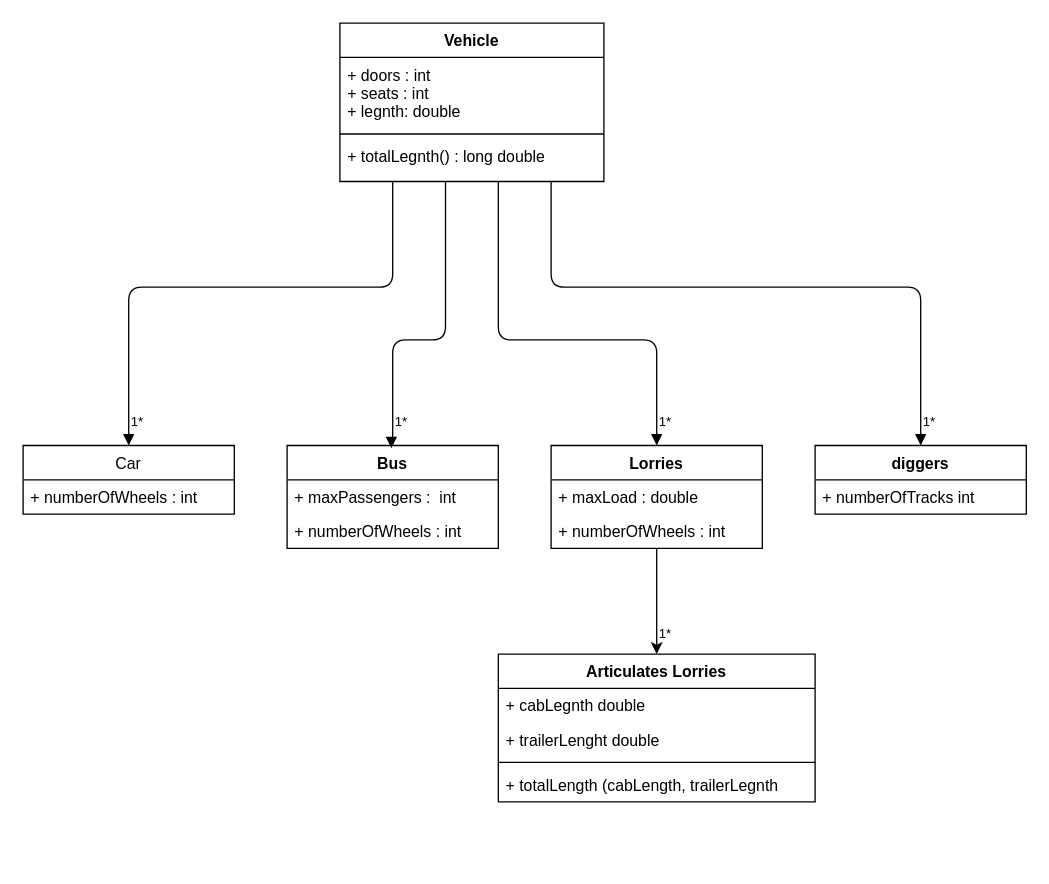
1603405/Test keeps this draw.io diagram as Software Design UML (Vehicle).drawio. Above is the earlier version. Source tidied: cells renumbered, new cells numbered last; positions are measured from the earlier drawing's top-left corner, leaving out a move shared by most shapes. Both pictures are drawn from the tidied source at 132%, with x=0, y=0 at pixel (22, 22).
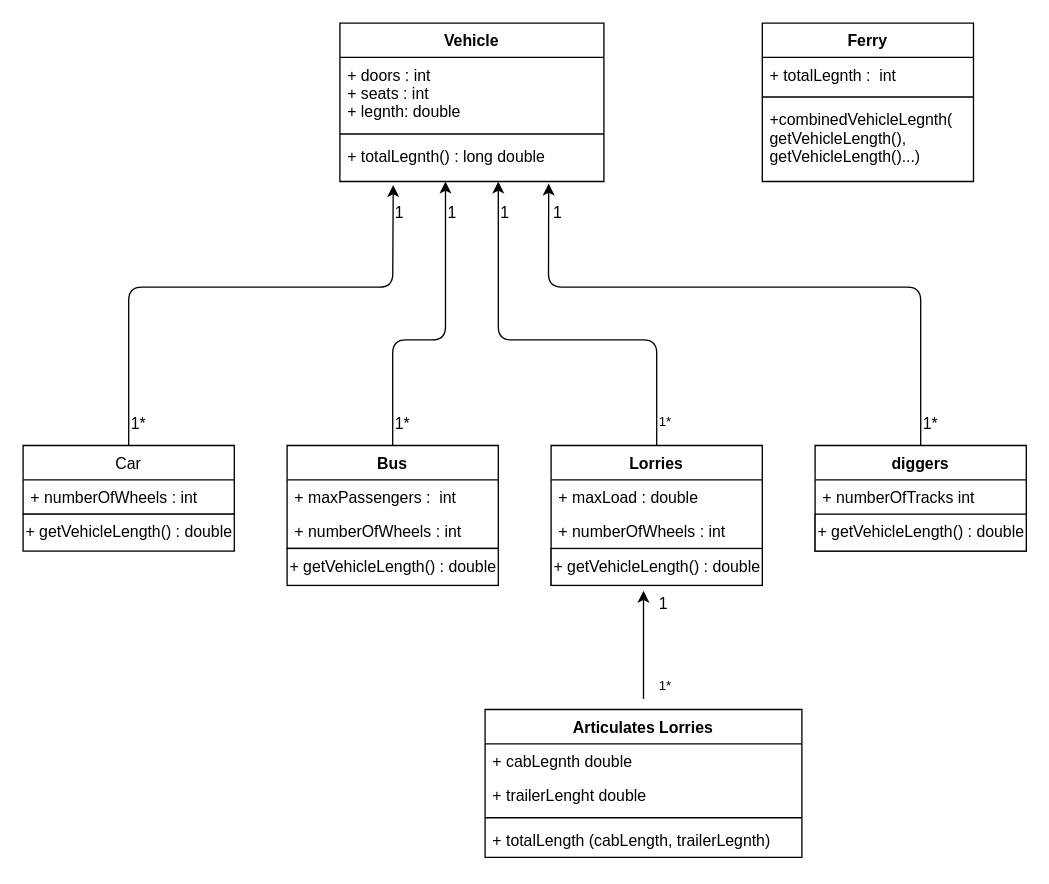
Above is the later version.

Unchanged cells that the change refers to:
```xml
<mxCell id="5" value="+ totalLegnth() : long double" style="text;strokeColor=none;fillColor=none;align=left;verticalAlign=top;spacingLeft=4;spacingRight=4;overflow=hidden;points=[[0,0.5],[1,0.5]];portConstraint=eastwest;" parent="2" vertex="1">
  <mxGeometry y="88" width="200" height="32" as="geometry" />
</mxCell>
<mxCell id="14" value="Car" style="swimlane;fontStyle=0;horizontal=1;startSize=26;fillColor=none;" parent="1" vertex="1">
  <mxGeometry y="320" width="160" height="52" as="geometry" />
</mxCell>
<mxCell id="16" value="Bus" style="swimlane;fontStyle=1;horizontal=1;startSize=26;fillColor=none;" parent="1" vertex="1">
  <mxGeometry x="200" y="320" width="160" height="78" as="geometry" />
</mxCell>
```

Change to the diagram source:
```diff
@@
-    <mxCell id="6" style="endArrow=block;endFill=1;html=1;edgeStyle=orthogonalEdgeStyle;align=left;verticalAlign=top;entryX=0.5;entryY=0;entryDx=0;entryDy=0;" parent="1" edge="1">
-      <mxGeometry x="-1" relative="1" as="geometry">
-        <mxPoint x="280" y="120" as="sourcePoint" />
-        <mxPoint x="80" y="320" as="targetPoint" />
-        <Array as="points">
-          <mxPoint x="280" y="200" />
-          <mxPoint x="80" y="200" />
-        </Array>
-      </mxGeometry>
-    </mxCell>
-    <mxCell id="7" value="1*" style="html=1;align=left;verticalAlign=bottom;labelBackgroundColor=#ffffff;fontSize=10;" parent="6" vertex="1">
-      <mxGeometry x="-1" relative="1" as="geometry">
-        <mxPoint x="-200" y="190" as="offset" />
-      </mxGeometry>
-    </mxCell>
-    <mxCell id="8" style="endArrow=block;endFill=1;html=1;edgeStyle=orthogonalEdgeStyle;align=left;verticalAlign=top;" parent="1" edge="1">
-      <mxGeometry x="-1" relative="1" as="geometry">
-        <mxPoint x="320" y="120" as="sourcePoint" />
-        <mxPoint x="279" y="322" as="targetPoint" />
-        <Array as="points">
-          <mxPoint x="320" y="240" />
-          <mxPoint x="280" y="240" />
-          <mxPoint x="280" y="320" />
-          <mxPoint x="279" y="320" />
-        </Array>
-      </mxGeometry>
-    </mxCell>
-    <mxCell id="9" value="1*" style="html=1;align=left;verticalAlign=bottom;labelBackgroundColor=#ffffff;fontSize=10;" parent="8" vertex="1">
-      <mxGeometry x="-1" relative="1" as="geometry">
-        <mxPoint x="-40" y="190" as="offset" />
-      </mxGeometry>
-    </mxCell>
-    <mxCell id="10" style="endArrow=block;endFill=1;html=1;edgeStyle=orthogonalEdgeStyle;align=left;verticalAlign=top;" parent="1" edge="1">
-      <mxGeometry x="-1" relative="1" as="geometry">
-        <mxPoint x="360" y="120" as="sourcePoint" />
-        <mxPoint x="480" y="320" as="targetPoint" />
-        <Array as="points">
-          <mxPoint x="360" y="240" />
-          <mxPoint x="480" y="240" />
-          <mxPoint x="480" y="320" />
-        </Array>
-      </mxGeometry>
-    </mxCell>
-    <mxCell id="11" value="1*" style="html=1;align=left;verticalAlign=bottom;labelBackgroundColor=#ffffff;fontSize=10;" parent="10" vertex="1">
-      <mxGeometry x="-1" relative="1" as="geometry">
-        <mxPoint x="120" y="190" as="offset" />
-      </mxGeometry>
-    </mxCell>
-    <mxCell id="12" style="endArrow=block;endFill=1;html=1;edgeStyle=orthogonalEdgeStyle;align=left;verticalAlign=top;entryX=0.5;entryY=0;entryDx=0;entryDy=0;" parent="1" edge="1" target="23">
-      <mxGeometry x="-1" relative="1" as="geometry">
-        <mxPoint x="400" y="120" as="sourcePoint" />
-        <Array as="points">
-          <mxPoint x="400" y="200" />
-          <mxPoint x="680" y="200" />
-        </Array>
-      </mxGeometry>
-    </mxCell>
-    <mxCell id="13" value="1*" style="html=1;align=left;verticalAlign=bottom;labelBackgroundColor=#ffffff;fontSize=10;" parent="12" vertex="1">
-      <mxGeometry x="-1" relative="1" as="geometry">
-        <mxPoint x="280" y="190" as="offset" />
-      </mxGeometry>
-    </mxCell>
@@
-    <mxCell id="19" style="edgeStyle=orthogonalEdgeStyle;rounded=0;jettySize=auto;html=1;" parent="1" edge="1" source="20">
+    <mxCell id="19" style="edgeStyle=orthogonalEdgeStyle;rounded=0;orthogonalLoop=1;jettySize=auto;html=1;" parent="1" edge="1">
       <mxGeometry relative="1" as="geometry">
-        <mxPoint x="480" y="478" as="targetPoint" />
+        <mxPoint x="470" y="512" as="sourcePoint" />
+        <mxPoint x="470" y="430" as="targetPoint" />
+        <Array as="points">
+          <mxPoint x="470" y="462" />
+          <mxPoint x="470" y="462" />
+        </Array>
       </mxGeometry>
     </mxCell>
     <mxCell id="20" value="Lorries" style="swimlane;fontStyle=1;horizontal=1;startSize=26;fillColor=none;" parent="1" vertex="1">
-      <mxGeometry x="400" y="320" width="160" height="78" as="geometry" />
+      <mxGeometry x="400" y="320" width="160" height="106" as="geometry" />
     </mxCell>
@@
+    <mxCell id="31" value="+ getVehicleLength() : double" style="html=1;" parent="20" vertex="1">
+      <mxGeometry y="78" width="160" height="28" as="geometry" />
+    </mxCell>
     <mxCell id="23" value="diggers" style="swimlane;fontStyle=1;horizontal=1;startSize=26;fillColor=none;" parent="1" vertex="1">
-      <mxGeometry x="600" y="320" width="160" height="52" as="geometry" />
+      <mxGeometry x="600" y="320" width="160" height="80" as="geometry" />
     </mxCell>
@@
+    <mxCell id="32" value="+ getVehicleLength() : double" style="html=1;" parent="23" vertex="1">
+      <mxGeometry y="52" width="160" height="28" as="geometry" />
+    </mxCell>
     <mxCell id="25" value="Articulates Lorries" style="swimlane;fontStyle=1;align=center;verticalAlign=top;horizontal=1;startSize=26;" parent="1" vertex="1">
-      <mxGeometry x="360" y="478" width="240" height="112" as="geometry" />
+      <mxGeometry x="350" y="520" width="240" height="112" as="geometry" />
     </mxCell>
@@
-    <mxCell id="29" value="+ totalLength (cabLength, trailerLegnth&#10;" style="text;strokeColor=none;fillColor=none;align=left;verticalAlign=top;spacingLeft=4;spacingRight=4;overflow=hidden;" parent="25" vertex="1">
+    <mxCell id="29" value="+ totalLength (cabLength, trailerLegnth)&#10;" style="text;strokeColor=none;fillColor=none;align=left;verticalAlign=top;spacingLeft=4;spacingRight=4;overflow=hidden;" parent="25" vertex="1">
       <mxGeometry y="86" width="240" height="26" as="geometry" />
     </mxCell>
     <mxCell id="30" value="1*" style="html=1;align=left;verticalAlign=bottom;labelBackgroundColor=#ffffff;fontSize=10;" parent="1" vertex="1">
-      <mxGeometry x="360" y="280" as="geometry">
+      <mxGeometry x="360" y="320" as="geometry">
         <mxPoint x="120" y="190" as="offset" />
       </mxGeometry>
     </mxCell>
+    <mxCell id="33" style="endArrow=classic;html=1;entryX=0.6;entryY=1;entryDx=0;entryDy=0;entryPerimeter=0;exitX=0.5;exitY=0;exitDx=0;exitDy=0;" parent="1" edge="1" source="20" target="5">
+      <mxGeometry relative="1" as="geometry">
+        <Array as="points">
+          <mxPoint x="480" y="240" />
+          <mxPoint x="360" y="240" />
+        </Array>
+      </mxGeometry>
+    </mxCell>
+    <mxCell id="34" value="1*" style="html=1;align=left;verticalAlign=bottom;labelBackgroundColor=#ffffff;fontSize=10;" parent="1" vertex="1">
+      <mxGeometry x="520" y="120" as="geometry">
+        <mxPoint x="-40" y="190" as="offset" />
+      </mxGeometry>
+    </mxCell>
+    <mxCell id="35" style="endArrow=classic;html=1;entryX=0.4;entryY=1;entryDx=0;entryDy=0;entryPerimeter=0;exitX=0.5;exitY=0;exitDx=0;exitDy=0;" parent="1" edge="1" source="16" target="5">
+      <mxGeometry relative="1" as="geometry">
+        <Array as="points">
+          <mxPoint x="280" y="240" />
+          <mxPoint x="320" y="240" />
+        </Array>
+      </mxGeometry>
+    </mxCell>
+    <mxCell id="36" style="endArrow=classic;html=1;exitX=0.5;exitY=0;exitDx=0;exitDy=0;entryX=0.202;entryY=1.085;entryDx=0;entryDy=0;entryPerimeter=0;" parent="1" edge="1" source="14" target="5">
+      <mxGeometry relative="1" as="geometry">
+        <Array as="points">
+          <mxPoint x="80" y="200" />
+          <mxPoint x="280" y="200" />
+        </Array>
+      </mxGeometry>
+    </mxCell>
+    <mxCell id="37" style="endArrow=classic;html=1;entryX=0.791;entryY=1.048;entryDx=0;entryDy=0;entryPerimeter=0;exitX=0.5;exitY=0;exitDx=0;exitDy=0;" parent="1" edge="1" source="23" target="5">
+      <mxGeometry relative="1" as="geometry">
+        <Array as="points">
+          <mxPoint x="680" y="200" />
+          <mxPoint x="398" y="200" />
+        </Array>
+      </mxGeometry>
+    </mxCell>
+    <mxCell id="38" value="1*" style="text;html=1;" parent="1" vertex="1">
+      <mxGeometry x="680" y="290" width="40" height="30" as="geometry" />
+    </mxCell>
+    <mxCell id="39" value="1*" style="text;html=1;" parent="1" vertex="1">
+      <mxGeometry x="280" y="290" width="40" height="30" as="geometry" />
+    </mxCell>
+    <mxCell id="40" value="1*" style="text;html=1;" parent="1" vertex="1">
+      <mxGeometry x="80" y="290" width="40" height="30" as="geometry" />
+    </mxCell>
+    <mxCell id="41" value="1" style="text;html=1;" parent="1" vertex="1">
+      <mxGeometry x="320" y="130" width="40" height="30" as="geometry" />
+    </mxCell>
+    <mxCell id="42" value="1" style="text;html=1;" parent="1" vertex="1">
+      <mxGeometry x="280" y="130" width="40" height="30" as="geometry" />
+    </mxCell>
+    <mxCell id="43" value="1" style="text;html=1;" parent="1" vertex="1">
+      <mxGeometry x="360" y="130" width="40" height="30" as="geometry" />
+    </mxCell>
+    <mxCell id="44" value="1" style="text;html=1;" parent="1" vertex="1">
+      <mxGeometry x="400" y="130" width="40" height="30" as="geometry" />
+    </mxCell>
+    <mxCell id="45" value="1" style="text;html=1;" parent="1" vertex="1">
+      <mxGeometry x="480" y="426" width="40" height="30" as="geometry" />
+    </mxCell>
+    <mxCell id="46" value="Ferry" style="swimlane;fontStyle=1;align=center;verticalAlign=top;horizontal=1;startSize=26;" parent="1" vertex="1">
+      <mxGeometry x="560" width="160" height="120" as="geometry" />
+    </mxCell>
+    <mxCell id="47" value="+ totalLegnth :  int" style="text;strokeColor=none;fillColor=none;align=left;verticalAlign=top;spacingLeft=4;spacingRight=4;overflow=hidden;" parent="46" vertex="1">
+      <mxGeometry y="26" width="160" height="26" as="geometry" />
+    </mxCell>
+    <mxCell id="48" style="line;strokeWidth=1;fillColor=none;align=left;verticalAlign=middle;spacingTop=-1;spacingLeft=3;spacingRight=3;labelPosition=right;" parent="46" vertex="1">
+      <mxGeometry y="52" width="160" height="8" as="geometry" />
+    </mxCell>
+    <mxCell id="49" value="+combinedVehicleLegnth(&#10;getVehicleLength(), &#10;getVehicleLength()...) " style="text;strokeColor=none;fillColor=none;align=left;verticalAlign=top;spacingLeft=4;spacingRight=4;overflow=hidden;" parent="46" vertex="1">
+      <mxGeometry y="60" width="160" height="60" as="geometry" />
+    </mxCell>
+    <mxCell id="50" value="+ getVehicleLength() : double" style="html=1;" parent="1" vertex="1">
+      <mxGeometry y="372" width="160" height="28" as="geometry" />
+    </mxCell>
+    <mxCell id="51" value="+ getVehicleLength() : double" style="html=1;" parent="1" vertex="1">
+      <mxGeometry x="200" y="398" width="160" height="28" as="geometry" />
+    </mxCell>
```
